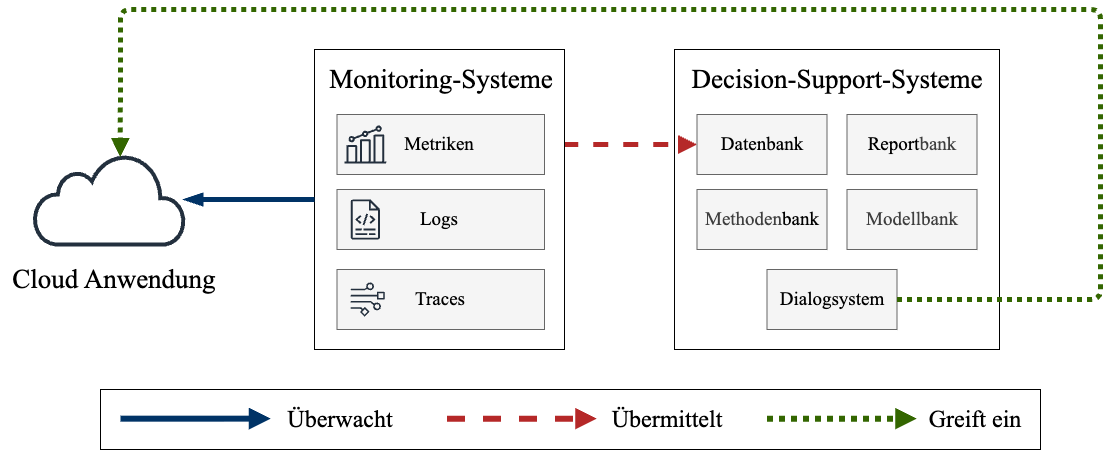
Above: abbildungen/DSSundMS.png in LevinTheDoctor/fom-typst-template (draw.io), before the change. Source tidied: cells renumbered, new cells last; positions are measured from the earlier drawing's top-left corner, leaving out a move shared by most shapes.
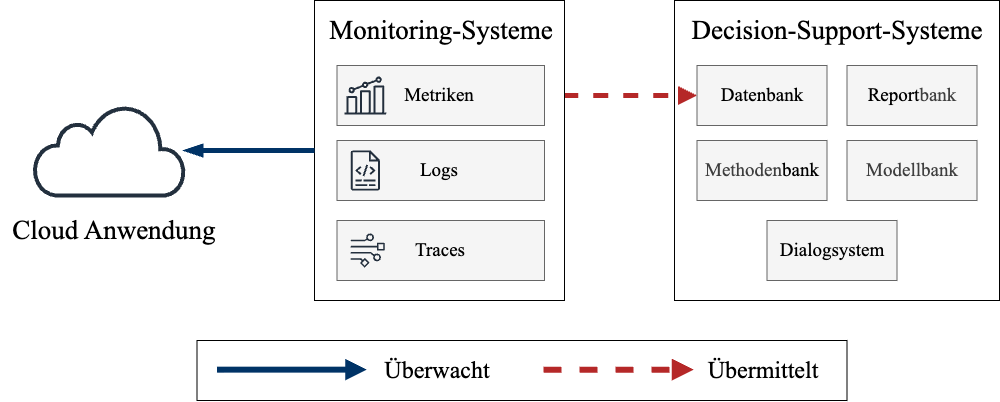
Above is the later version.

Change to the diagram source:
```diff
@@ -3,7 +3,7 @@
     <mxCell id="0" />
     <mxCell id="1" parent="0" />
     <mxCell id="2" style="rounded=0;whiteSpace=wrap;html=1;fillColor=none;" parent="1" vertex="1">
-      <mxGeometry x="100" y="380" width="940" height="60" as="geometry" />
+      <mxGeometry x="196.5" y="380" width="650" height="60" as="geometry" />
     </mxCell>
     <mxCell id="3" style="rounded=0;whiteSpace=wrap;html=1;" parent="1" vertex="1">
       <mxGeometry x="674" y="40" width="325" height="300" as="geometry" />
@@ -88,39 +88,21 @@
     </mxCell>
     <mxCell id="30" style="endArrow=block;html=1;endFill=1;strokeWidth=6;strokeColor=#003366;" parent="1" edge="1">
       <mxGeometry relative="1" as="geometry">
-        <mxPoint x="120" y="409.2" as="sourcePoint" />
-        <mxPoint x="270" y="409.2" as="targetPoint" />
+        <mxPoint x="216.5" y="409.2" as="sourcePoint" />
+        <mxPoint x="366.5" y="409.2" as="targetPoint" />
       </mxGeometry>
     </mxCell>
     <mxCell id="31" style="endArrow=block;html=1;endFill=1;strokeWidth=6;strokeColor=#B52828;dashed=1;" parent="1" edge="1">
       <mxGeometry relative="1" as="geometry">
-        <mxPoint x="446.5" y="409.2" as="sourcePoint" />
-        <mxPoint x="596.5" y="409.2" as="targetPoint" />
+        <mxPoint x="543" y="409.2" as="sourcePoint" />
+        <mxPoint x="693" y="409.2" as="targetPoint" />
       </mxGeometry>
     </mxCell>
     <mxCell id="32" value="&lt;font style=&quot;font-size: 24px;&quot; face=&quot;Times New Roman&quot;&gt;Überwacht&lt;/font&gt;" style="text;html=1;align=center;verticalAlign=middle;whiteSpace=wrap;rounded=0;" parent="1" vertex="1">
-      <mxGeometry x="310" y="397" width="60" height="26" as="geometry" />
+      <mxGeometry x="406.5" y="397" width="60" height="26" as="geometry" />
     </mxCell>
     <mxCell id="33" value="&lt;font style=&quot;font-size: 24px;&quot; face=&quot;Times New Roman&quot;&gt;Übermittelt&lt;/font&gt;" style="text;html=1;align=center;verticalAlign=middle;whiteSpace=wrap;rounded=0;" parent="1" vertex="1">
-      <mxGeometry x="636.5" y="395" width="60" height="30" as="geometry" />
+      <mxGeometry x="733" y="395" width="60" height="30" as="geometry" />
     </mxCell>
-    <mxCell id="34" style="edgeStyle=none;html=1;exitX=1;exitY=0.5;exitDx=0;exitDy=0;entryX=0.572;entryY=0.028;entryDx=0;entryDy=0;entryPerimeter=0;strokeColor=#336600;strokeWidth=5;endArrow=block;endFill=1;dashed=1;dashPattern=1 1;" parent="1" edge="1" source="13" target="28">
-      <mxGeometry relative="1" as="geometry">
-        <Array as="points">
-          <mxPoint x="1100" y="290" />
-          <mxPoint x="1100" />
-          <mxPoint x="120" />
-        </Array>
-      </mxGeometry>
-    </mxCell>
-    <mxCell id="35" style="endArrow=block;html=1;endFill=1;strokeWidth=6;strokeColor=light-dark(#336600, #ff9797);dashed=1;dashPattern=1 1;" parent="1" edge="1">
-      <mxGeometry relative="1" as="geometry">
-        <mxPoint x="766.5" y="409.2" as="sourcePoint" />
-        <mxPoint x="916.5" y="409.2" as="targetPoint" />
-      </mxGeometry>
-    </mxCell>
-    <mxCell id="36" value="&lt;font style=&quot;font-size: 24px;&quot; face=&quot;Times New Roman&quot;&gt;Greift ein&lt;/font&gt;" style="text;html=1;align=center;verticalAlign=middle;whiteSpace=wrap;rounded=0;" parent="1" vertex="1">
-      <mxGeometry x="920" y="395" width="110" height="30" as="geometry" />
-    </mxCell>
   </root>
 </mxGraphModel>
```
